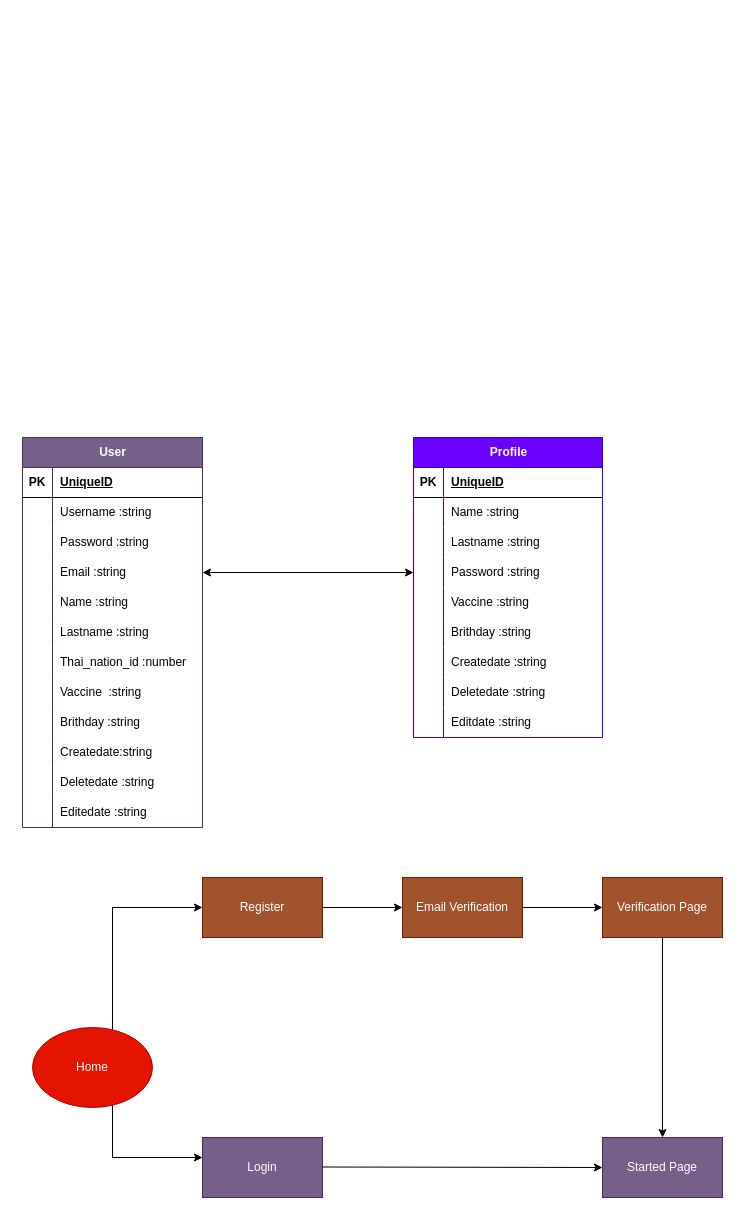
This is database&flowchart.drawio from AsticeX/-_-_1630901328, a draw.io file, before an edit. Source tidied: cells renumbered, new cells numbered last; positions are measured from the earlier drawing's top-left corner, leaving out a move shared by most shapes. Both pictures are drawn from the tidied source at 100%, with x=0, y=0 at pixel (22, 437).
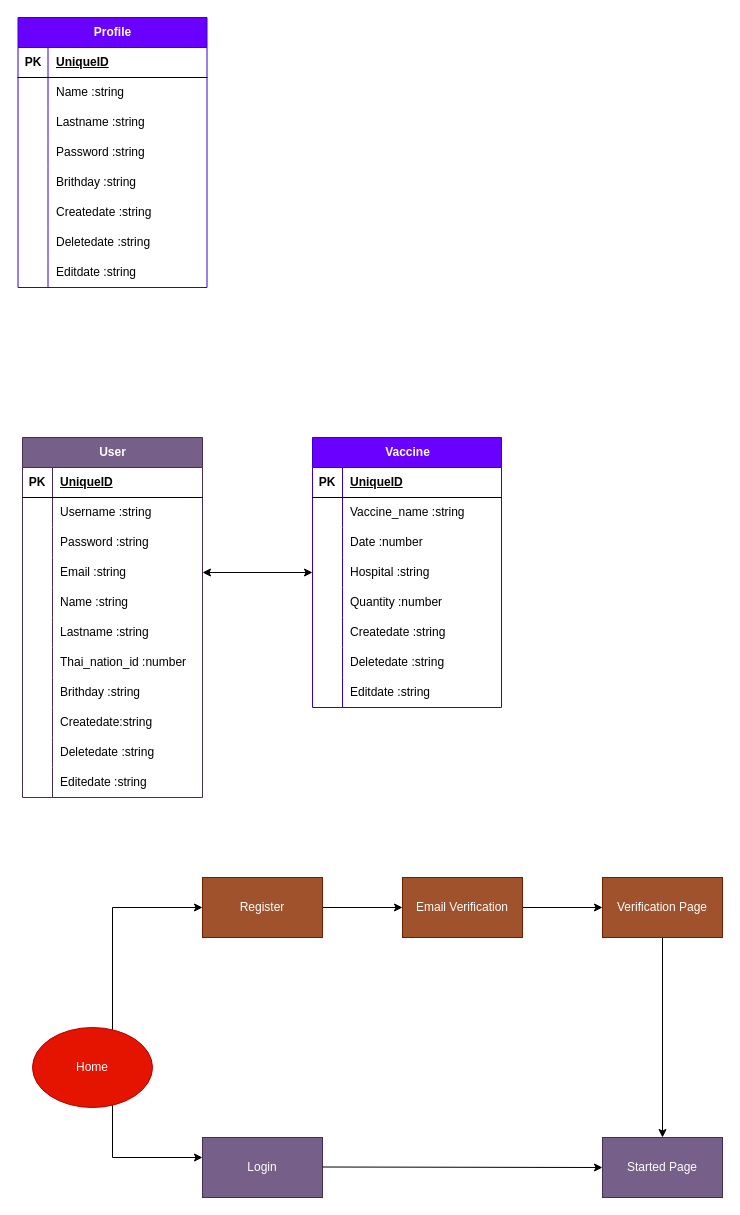
After the change.

Unchanged cells that the change refers to:
```xml
<mxCell id="36" style="shape=tableRow;horizontal=0;startSize=0;swimlaneHead=0;swimlaneBody=0;fillColor=none;top=0;left=0;right=0;bottom=0;" parent="14" vertex="1">
  <mxGeometry y="240" width="180" height="30" as="geometry" />
</mxCell>
<mxCell id="39" style="shape=tableRow;horizontal=0;startSize=0;swimlaneHead=0;swimlaneBody=0;fillColor=none;top=0;left=0;right=0;bottom=0;" parent="14" vertex="1">
  <mxGeometry y="270" width="180" height="30" as="geometry" />
</mxCell>
<mxCell id="42" style="shape=tableRow;horizontal=0;startSize=0;swimlaneHead=0;swimlaneBody=0;fillColor=none;top=0;left=0;right=0;bottom=0;" parent="14" vertex="1">
  <mxGeometry y="300" width="180" height="30" as="geometry" />
</mxCell>
<mxCell id="45" style="shape=tableRow;horizontal=0;startSize=0;swimlaneHead=0;swimlaneBody=0;fillColor=none;top=0;left=0;right=0;bottom=0;" parent="14" vertex="1">
  <mxGeometry y="330" width="180" height="30" as="geometry" />
</mxCell>
<mxCell id="55" style="shape=tableRow;horizontal=0;startSize=0;swimlaneHead=0;swimlaneBody=0;fillColor=none;top=0;left=0;right=0;bottom=0;" parent="51" vertex="1">
  <mxGeometry y="60" width="189" height="30" as="geometry" />
</mxCell>
<mxCell id="58" style="shape=tableRow;horizontal=0;startSize=0;swimlaneHead=0;swimlaneBody=0;fillColor=none;top=0;left=0;right=0;bottom=0;" parent="51" vertex="1">
  <mxGeometry y="90" width="189" height="30" as="geometry" />
</mxCell>
<mxCell id="61" style="shape=tableRow;horizontal=0;startSize=0;swimlaneHead=0;swimlaneBody=0;fillColor=none;points=[[0,0.5],[1,0.5]];portConstraint=eastwest;top=0;left=0;right=0;bottom=0;" parent="51" vertex="1">
  <mxGeometry y="120" width="189" height="30" as="geometry" />
</mxCell>
<mxCell id="64" style="shape=tableRow;horizontal=0;startSize=0;swimlaneHead=0;swimlaneBody=0;fillColor=none;top=0;left=0;right=0;bottom=0;" parent="51" vertex="1">
  <mxGeometry y="150" width="189" height="30" as="geometry" />
</mxCell>
```

What changed in the source:
```diff
@@
     <mxCell id="14" value="User" style="shape=table;startSize=30;childLayout=tableLayout;rowLines=0;fontStyle=1;align=center;html=1;fillColor=#76608a;fontColor=#ffffff;strokeColor=#432D57;" parent="1" vertex="1">
-      <mxGeometry width="180" height="390" as="geometry" />
+      <mxGeometry width="180" height="360" as="geometry" />
     </mxCell>
@@
-    <mxCell id="38" value="Vaccine &amp;nbsp;:string" style="shape=partialRectangle;fillColor=none;top=0;left=0;bottom=0;right=0;align=left;spacingLeft=6;overflow=hidden;whiteSpace=wrap;html=1;" parent="36" vertex="1">
+    <mxCell id="38" value="Brithday :string" style="shape=partialRectangle;fillColor=none;top=0;left=0;bottom=0;right=0;align=left;spacingLeft=6;overflow=hidden;whiteSpace=wrap;html=1;" parent="36" vertex="1">
       <mxGeometry x="30" width="150" height="30" as="geometry" />
     </mxCell>
@@
-    <mxCell id="41" value="Brithday :string" style="shape=partialRectangle;fillColor=none;top=0;left=0;bottom=0;right=0;align=left;spacingLeft=6;overflow=hidden;whiteSpace=wrap;html=1;" parent="39" vertex="1">
+    <mxCell id="41" value="Createdate:string" style="shape=partialRectangle;fillColor=none;top=0;left=0;bottom=0;right=0;align=left;spacingLeft=6;overflow=hidden;whiteSpace=wrap;html=1;" parent="39" vertex="1">
       <mxGeometry x="30" width="150" height="30" as="geometry" />
     </mxCell>
@@
-    <mxCell id="44" value="Createdate:string" style="shape=partialRectangle;fillColor=none;top=0;left=0;bottom=0;right=0;align=left;spacingLeft=6;overflow=hidden;whiteSpace=wrap;html=1;" parent="42" vertex="1">
+    <mxCell id="44" value="Deletedate :string" style="shape=partialRectangle;fillColor=none;top=0;left=0;bottom=0;right=0;align=left;spacingLeft=6;overflow=hidden;whiteSpace=wrap;html=1;" parent="42" vertex="1">
       <mxGeometry x="30" width="150" height="30" as="geometry" />
     </mxCell>
@@
-    <mxCell id="47" value="Deletedate :string" style="shape=partialRectangle;fillColor=none;top=0;left=0;bottom=0;right=0;align=left;spacingLeft=6;overflow=hidden;whiteSpace=wrap;html=1;" parent="45" vertex="1">
+    <mxCell id="47" value="Editedate :string" style="shape=partialRectangle;fillColor=none;top=0;left=0;bottom=0;right=0;align=left;spacingLeft=6;overflow=hidden;whiteSpace=wrap;html=1;" parent="45" vertex="1">
       <mxGeometry x="30" width="150" height="30" as="geometry" />
     </mxCell>
-    <mxCell id="48" style="shape=tableRow;horizontal=0;startSize=0;swimlaneHead=0;swimlaneBody=0;fillColor=none;top=0;left=0;right=0;bottom=0;" parent="14" vertex="1">
-      <mxGeometry y="360" width="180" height="30" as="geometry" />
-    </mxCell>
-    <mxCell id="49" style="shape=partialRectangle;fillColor=none;top=0;left=0;bottom=0;right=0;overflow=hidden;whiteSpace=wrap;html=1;" parent="48" vertex="1">
-      <mxGeometry width="30" height="30" as="geometry" />
-    </mxCell>
-    <mxCell id="50" value="Editedate :string" style="shape=partialRectangle;fillColor=none;top=0;left=0;bottom=0;right=0;align=left;spacingLeft=6;overflow=hidden;whiteSpace=wrap;html=1;" parent="48" vertex="1">
-      <mxGeometry x="30" width="150" height="30" as="geometry" />
-    </mxCell>
-    <mxCell id="51" value="Profile" style="shape=table;startSize=30;childLayout=tableLayout;rowLines=0;fontStyle=1;align=center;html=1;fillColor=#6a00ff;fontColor=#ffffff;strokeColor=#3700CC;" parent="1" vertex="1">
-      <mxGeometry x="391" width="189" height="300" as="geometry" />
+    <mxCell id="51" value="Vaccine" style="shape=table;startSize=30;childLayout=tableLayout;rowLines=0;fontStyle=1;align=center;html=1;fillColor=#6a00ff;fontColor=#ffffff;strokeColor=#3700CC;" parent="1" vertex="1">
+      <mxGeometry x="290" width="189" height="270" as="geometry" />
     </mxCell>
@@
-    <mxCell id="57" value="Name :string" style="shape=partialRectangle;fillColor=none;top=0;left=0;bottom=0;right=0;align=left;spacingLeft=6;overflow=hidden;whiteSpace=wrap;html=1;" parent="55" vertex="1">
+    <mxCell id="57" value="Vaccine_name :string" style="shape=partialRectangle;fillColor=none;top=0;left=0;bottom=0;right=0;align=left;spacingLeft=6;overflow=hidden;whiteSpace=wrap;html=1;" parent="55" vertex="1">
       <mxGeometry x="30" width="159" height="30" as="geometry" />
     </mxCell>
@@
-    <mxCell id="60" value="Lastname :string" style="shape=partialRectangle;fillColor=none;top=0;left=0;bottom=0;right=0;align=left;spacingLeft=6;overflow=hidden;whiteSpace=wrap;html=1;" parent="58" vertex="1">
+    <mxCell id="60" value="Date :number" style="shape=partialRectangle;fillColor=none;top=0;left=0;bottom=0;right=0;align=left;spacingLeft=6;overflow=hidden;whiteSpace=wrap;html=1;" parent="58" vertex="1">
       <mxGeometry x="30" width="159" height="30" as="geometry" />
     </mxCell>
@@
-    <mxCell id="63" value="Password :string" style="shape=partialRectangle;fillColor=none;top=0;left=0;bottom=0;right=0;align=left;spacingLeft=6;overflow=hidden;whiteSpace=wrap;html=1;" parent="61" vertex="1">
+    <mxCell id="63" value="Hospital :string" style="shape=partialRectangle;fillColor=none;top=0;left=0;bottom=0;right=0;align=left;spacingLeft=6;overflow=hidden;whiteSpace=wrap;html=1;" parent="61" vertex="1">
       <mxGeometry x="30" width="159" height="30" as="geometry" />
     </mxCell>
@@
-    <mxCell id="66" value="Vaccine :string" style="shape=partialRectangle;fillColor=none;top=0;left=0;bottom=0;right=0;align=left;spacingLeft=6;overflow=hidden;whiteSpace=wrap;html=1;" parent="64" vertex="1">
+    <mxCell id="66" value="Quantity :number" style="shape=partialRectangle;fillColor=none;top=0;left=0;bottom=0;right=0;align=left;spacingLeft=6;overflow=hidden;whiteSpace=wrap;html=1;" parent="64" vertex="1">
       <mxGeometry x="30" width="159" height="30" as="geometry" />
     </mxCell>
-    <mxCell id="67" style="shape=tableRow;horizontal=0;startSize=0;swimlaneHead=0;swimlaneBody=0;fillColor=none;top=0;left=0;right=0;bottom=0;" parent="51" vertex="1">
-      <mxGeometry y="180" width="189" height="30" as="geometry" />
-    </mxCell>
-    <mxCell id="68" style="shape=partialRectangle;fillColor=none;top=0;left=0;bottom=0;right=0;overflow=hidden;whiteSpace=wrap;html=1;" parent="67" vertex="1">
-      <mxGeometry width="30" height="30" as="geometry" />
-    </mxCell>
-    <mxCell id="69" value="Brithday :string" style="shape=partialRectangle;fillColor=none;top=0;left=0;bottom=0;right=0;align=left;spacingLeft=6;overflow=hidden;whiteSpace=wrap;html=1;" parent="67" vertex="1">
-      <mxGeometry x="30" width="159" height="30" as="geometry" />
-    </mxCell>
     <mxCell id="70" style="shape=tableRow;horizontal=0;startSize=0;swimlaneHead=0;swimlaneBody=0;fillColor=none;top=0;left=0;right=0;bottom=0;" parent="51" vertex="1">
-      <mxGeometry y="210" width="189" height="30" as="geometry" />
+      <mxGeometry y="180" width="189" height="30" as="geometry" />
     </mxCell>
@@
     <mxCell id="73" style="shape=tableRow;horizontal=0;startSize=0;swimlaneHead=0;swimlaneBody=0;fillColor=none;top=0;left=0;right=0;bottom=0;" parent="51" vertex="1">
-      <mxGeometry y="240" width="189" height="30" as="geometry" />
+      <mxGeometry y="210" width="189" height="30" as="geometry" />
     </mxCell>
@@
     <mxCell id="76" style="shape=tableRow;horizontal=0;startSize=0;swimlaneHead=0;swimlaneBody=0;fillColor=none;top=0;left=0;right=0;bottom=0;" parent="51" vertex="1">
-      <mxGeometry y="270" width="189" height="30" as="geometry" />
+      <mxGeometry y="240" width="189" height="30" as="geometry" />
     </mxCell>
@@
+    <mxCell id="80" value="Profile" style="shape=table;startSize=30;childLayout=tableLayout;rowLines=0;fontStyle=1;align=center;html=1;fillColor=#6a00ff;fontColor=#ffffff;strokeColor=#3700CC;" parent="1" vertex="1">
+      <mxGeometry x="-4.5" y="-420" width="189" height="270" as="geometry" />
+    </mxCell>
+    <mxCell id="81" style="shape=tableRow;horizontal=0;startSize=0;swimlaneHead=0;swimlaneBody=0;fillColor=none;top=0;left=0;right=0;bottom=1;" parent="80" vertex="1">
+      <mxGeometry y="30" width="189" height="30" as="geometry" />
+    </mxCell>
+    <mxCell id="82" value="PK" style="shape=partialRectangle;fillColor=none;top=0;left=0;bottom=0;right=0;fontStyle=1;overflow=hidden;whiteSpace=wrap;html=1;" parent="81" vertex="1">
+      <mxGeometry width="30" height="30" as="geometry" />
+    </mxCell>
+    <mxCell id="83" value="UniqueID" style="shape=partialRectangle;fillColor=none;top=0;left=0;bottom=0;right=0;align=left;spacingLeft=6;fontStyle=5;overflow=hidden;whiteSpace=wrap;html=1;" parent="81" vertex="1">
+      <mxGeometry x="30" width="159" height="30" as="geometry" />
+    </mxCell>
+    <mxCell id="84" style="shape=tableRow;horizontal=0;startSize=0;swimlaneHead=0;swimlaneBody=0;fillColor=none;top=0;left=0;right=0;bottom=0;" parent="80" vertex="1">
+      <mxGeometry y="60" width="189" height="30" as="geometry" />
+    </mxCell>
+    <mxCell id="85" style="shape=partialRectangle;fillColor=none;top=0;left=0;bottom=0;right=0;overflow=hidden;whiteSpace=wrap;html=1;" parent="84" vertex="1">
+      <mxGeometry width="30" height="30" as="geometry" />
+    </mxCell>
+    <mxCell id="86" value="Name :string" style="shape=partialRectangle;fillColor=none;top=0;left=0;bottom=0;right=0;align=left;spacingLeft=6;overflow=hidden;whiteSpace=wrap;html=1;" parent="84" vertex="1">
+      <mxGeometry x="30" width="159" height="30" as="geometry" />
+    </mxCell>
+    <mxCell id="87" style="shape=tableRow;horizontal=0;startSize=0;swimlaneHead=0;swimlaneBody=0;fillColor=none;top=0;left=0;right=0;bottom=0;" parent="80" vertex="1">
+      <mxGeometry y="90" width="189" height="30" as="geometry" />
+    </mxCell>
+    <mxCell id="88" style="shape=partialRectangle;fillColor=none;top=0;left=0;bottom=0;right=0;overflow=hidden;whiteSpace=wrap;html=1;" parent="87" vertex="1">
+      <mxGeometry width="30" height="30" as="geometry" />
+    </mxCell>
+    <mxCell id="89" value="Lastname :string" style="shape=partialRectangle;fillColor=none;top=0;left=0;bottom=0;right=0;align=left;spacingLeft=6;overflow=hidden;whiteSpace=wrap;html=1;" parent="87" vertex="1">
+      <mxGeometry x="30" width="159" height="30" as="geometry" />
+    </mxCell>
+    <mxCell id="90" style="shape=tableRow;horizontal=0;startSize=0;swimlaneHead=0;swimlaneBody=0;fillColor=none;top=0;left=0;right=0;bottom=0;" parent="80" vertex="1">
+      <mxGeometry y="120" width="189" height="30" as="geometry" />
+    </mxCell>
+    <mxCell id="91" style="shape=partialRectangle;fillColor=none;top=0;left=0;bottom=0;right=0;overflow=hidden;whiteSpace=wrap;html=1;" parent="90" vertex="1">
+      <mxGeometry width="30" height="30" as="geometry" />
+    </mxCell>
+    <mxCell id="92" value="Password :string" style="shape=partialRectangle;fillColor=none;top=0;left=0;bottom=0;right=0;align=left;spacingLeft=6;overflow=hidden;whiteSpace=wrap;html=1;" parent="90" vertex="1">
+      <mxGeometry x="30" width="159" height="30" as="geometry" />
+    </mxCell>
+    <mxCell id="93" style="shape=tableRow;horizontal=0;startSize=0;swimlaneHead=0;swimlaneBody=0;fillColor=none;top=0;left=0;right=0;bottom=0;" parent="80" vertex="1">
+      <mxGeometry y="150" width="189" height="30" as="geometry" />
+    </mxCell>
+    <mxCell id="94" style="shape=partialRectangle;fillColor=none;top=0;left=0;bottom=0;right=0;overflow=hidden;whiteSpace=wrap;html=1;" parent="93" vertex="1">
+      <mxGeometry width="30" height="30" as="geometry" />
+    </mxCell>
+    <mxCell id="69" value="Brithday :string" style="shape=partialRectangle;fillColor=none;top=0;left=0;bottom=0;right=0;align=left;spacingLeft=6;overflow=hidden;whiteSpace=wrap;html=1;" parent="93" vertex="1">
+      <mxGeometry x="30" width="159" height="30" as="geometry" />
+    </mxCell>
+    <mxCell id="67" style="shape=tableRow;horizontal=0;startSize=0;swimlaneHead=0;swimlaneBody=0;fillColor=none;top=0;left=0;right=0;bottom=0;" parent="80" vertex="1">
+      <mxGeometry y="180" width="189" height="30" as="geometry" />
+    </mxCell>
+    <mxCell id="95" style="shape=partialRectangle;fillColor=none;top=0;left=0;bottom=0;right=0;overflow=hidden;whiteSpace=wrap;html=1;" parent="67" vertex="1">
+      <mxGeometry width="30" height="30" as="geometry" />
+    </mxCell>
+    <mxCell id="96" value="Createdate :string" style="shape=partialRectangle;fillColor=none;top=0;left=0;bottom=0;right=0;align=left;spacingLeft=6;overflow=hidden;whiteSpace=wrap;html=1;" parent="67" vertex="1">
+      <mxGeometry x="30" width="159" height="30" as="geometry" />
+    </mxCell>
+    <mxCell id="97" style="shape=tableRow;horizontal=0;startSize=0;swimlaneHead=0;swimlaneBody=0;fillColor=none;top=0;left=0;right=0;bottom=0;" parent="80" vertex="1">
+      <mxGeometry y="210" width="189" height="30" as="geometry" />
+    </mxCell>
+    <mxCell id="98" style="shape=partialRectangle;fillColor=none;top=0;left=0;bottom=0;right=0;overflow=hidden;whiteSpace=wrap;html=1;" parent="97" vertex="1">
+      <mxGeometry width="30" height="30" as="geometry" />
+    </mxCell>
+    <mxCell id="99" value="Deletedate :string" style="shape=partialRectangle;fillColor=none;top=0;left=0;bottom=0;right=0;align=left;spacingLeft=6;overflow=hidden;whiteSpace=wrap;html=1;" parent="97" vertex="1">
+      <mxGeometry x="30" width="159" height="30" as="geometry" />
+    </mxCell>
+    <mxCell id="100" style="shape=tableRow;horizontal=0;startSize=0;swimlaneHead=0;swimlaneBody=0;fillColor=none;top=0;left=0;right=0;bottom=0;" parent="80" vertex="1">
+      <mxGeometry y="240" width="189" height="30" as="geometry" />
+    </mxCell>
+    <mxCell id="101" style="shape=partialRectangle;fillColor=none;top=0;left=0;bottom=0;right=0;overflow=hidden;whiteSpace=wrap;html=1;" parent="100" vertex="1">
+      <mxGeometry width="30" height="30" as="geometry" />
+    </mxCell>
+    <mxCell id="102" value="Editdate :string" style="shape=partialRectangle;fillColor=none;top=0;left=0;bottom=0;right=0;align=left;spacingLeft=6;overflow=hidden;whiteSpace=wrap;html=1;" parent="100" vertex="1">
+      <mxGeometry x="30" width="159" height="30" as="geometry" />
+    </mxCell>
```
